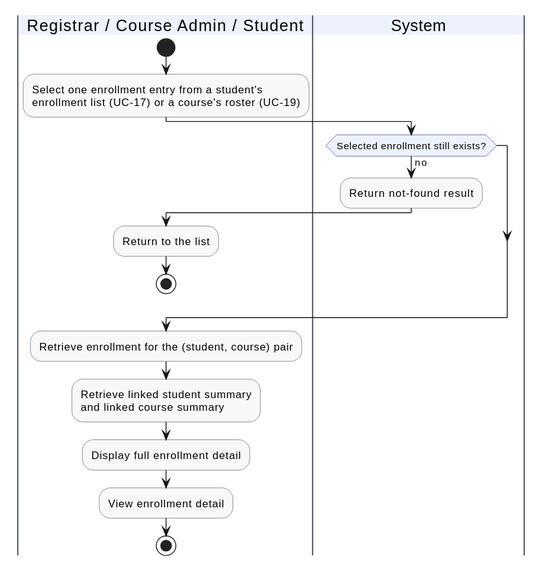
The PlantUML diagram docs/BA-docs/activity-diagram-assets/uc20-view-enrollment-detail.svg in phuchoang2005/Student-Management-System, before a commit. The source it was exported from:
```plantuml
@startuml
skinparam backgroundColor transparent
skinparam activity {
  BackgroundColor #F6F8FA
  BorderColor #57606A
  DiamondBackgroundColor #EEF2FF
  DiamondBorderColor #3730A3
}
skinparam swimlane {
  BorderColor #57606A
  TitleBackgroundColor #EEF2FF
}

|Registrar / Course Admin / Student|
start
:Select one enrollment entry from a student's\nenrollment list (UC-17) or a course's roster (UC-19);

|System|
if (Selected enrollment still exists?) then (no)
  :Return not-found result;
  |Registrar / Course Admin / Student|
  :Return to the list;
  stop
endif
:Retrieve enrollment for the (student, course) pair;
:Retrieve linked student summary\nand linked course summary;
:Display full enrollment detail;

|Registrar / Course Admin / Student|
:View enrollment detail;
stop
@enduml
```
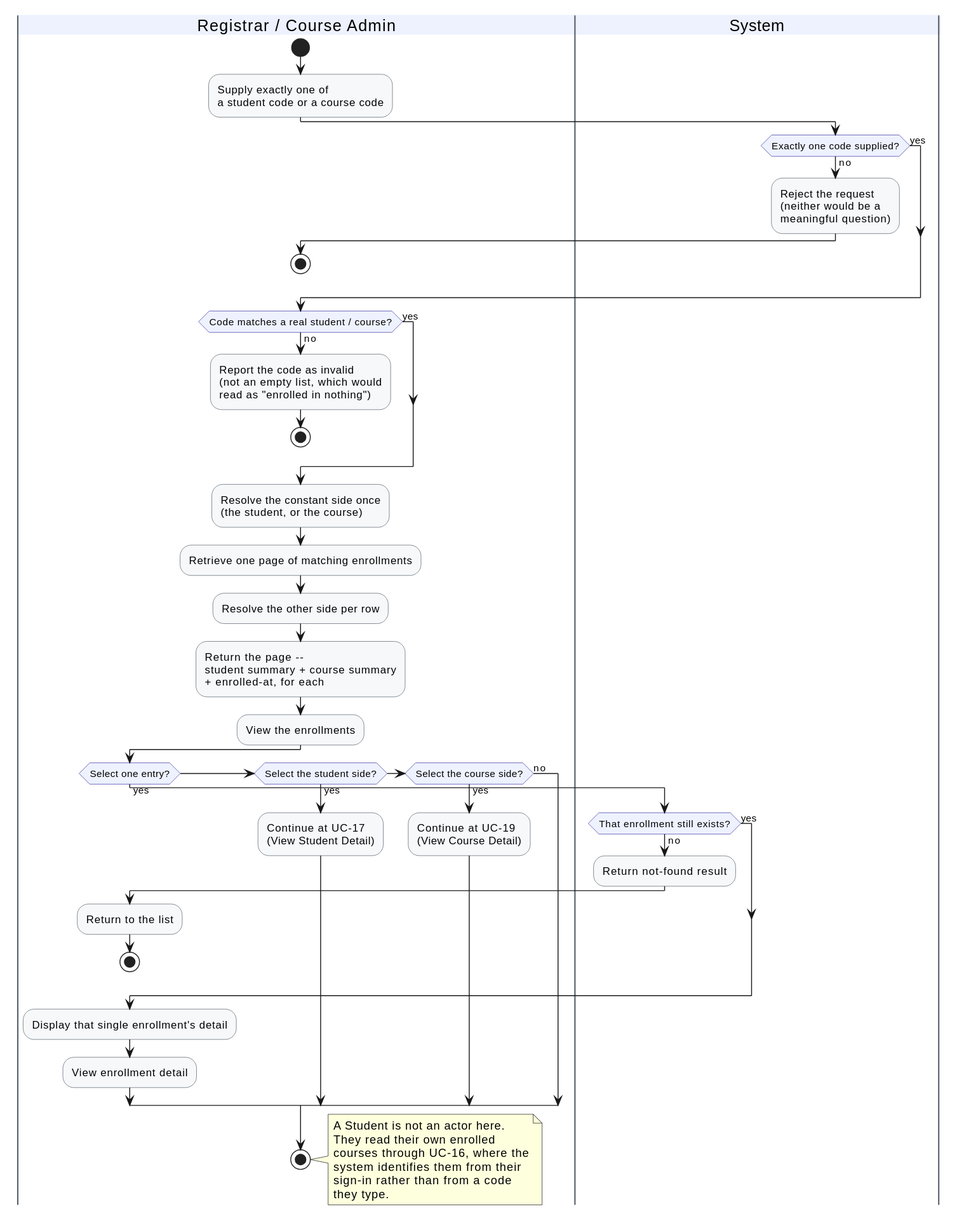
Later version of the same file.

Change to the diagram source:
```diff
@@ -11,22 +11,56 @@
   TitleBackgroundColor #EEF2FF
 }
 
-|Registrar / Course Admin / Student|
+|Registrar / Course Admin|
 start
-:Select one enrollment entry from a student's\nenrollment list (UC-17) or a course's roster (UC-19);
+:Supply exactly one of\na student code or a course code;
 
 |System|
-if (Selected enrollment still exists?) then (no)
-  :Return not-found result;
-  |Registrar / Course Admin / Student|
-  :Return to the list;
+if (Exactly one code supplied?) then (no)
+  :Reject the request\n(neither would be a\nmeaningful question);
+  |Registrar / Course Admin|
   stop
+else (yes)
 endif
-:Retrieve enrollment for the (student, course) pair;
-:Retrieve linked student summary\nand linked course summary;
-:Display full enrollment detail;
+if (Code matches a real student / course?) then (no)
+  :Report the code as invalid\n(not an empty list, which would\nread as "enrolled in nothing");
+  |Registrar / Course Admin|
+  stop
+else (yes)
+endif
+:Resolve the constant side once\n(the student, or the course);
+:Retrieve one page of matching enrollments;
+:Resolve the other side per row;
+:Return the page --\nstudent summary + course summary\n+ enrolled-at, for each;
 
-|Registrar / Course Admin / Student|
-:View enrollment detail;
+|Registrar / Course Admin|
+:View the enrollments;
+if (Select one entry?) then (yes)
+  |System|
+  if (That enrollment still exists?) then (no)
+    :Return not-found result;
+    |Registrar / Course Admin|
+    :Return to the list;
+    stop
+  else (yes)
+  endif
+  :Display that single enrollment's detail;
+  |Registrar / Course Admin|
+  :View enrollment detail;
+elseif (Select the student side?) then (yes)
+  :Continue at UC-17\n(View Student Detail);
+elseif (Select the course side?) then (yes)
+  :Continue at UC-19\n(View Course Detail);
+else (no)
+endif
 stop
+
+note right
+  A Student is not an actor here.
+  They read their own enrolled
+  courses through UC-16, where the
+  system identifies them from their
+  sign-in rather than from a code
+  they type.
+end note
 @enduml
```
